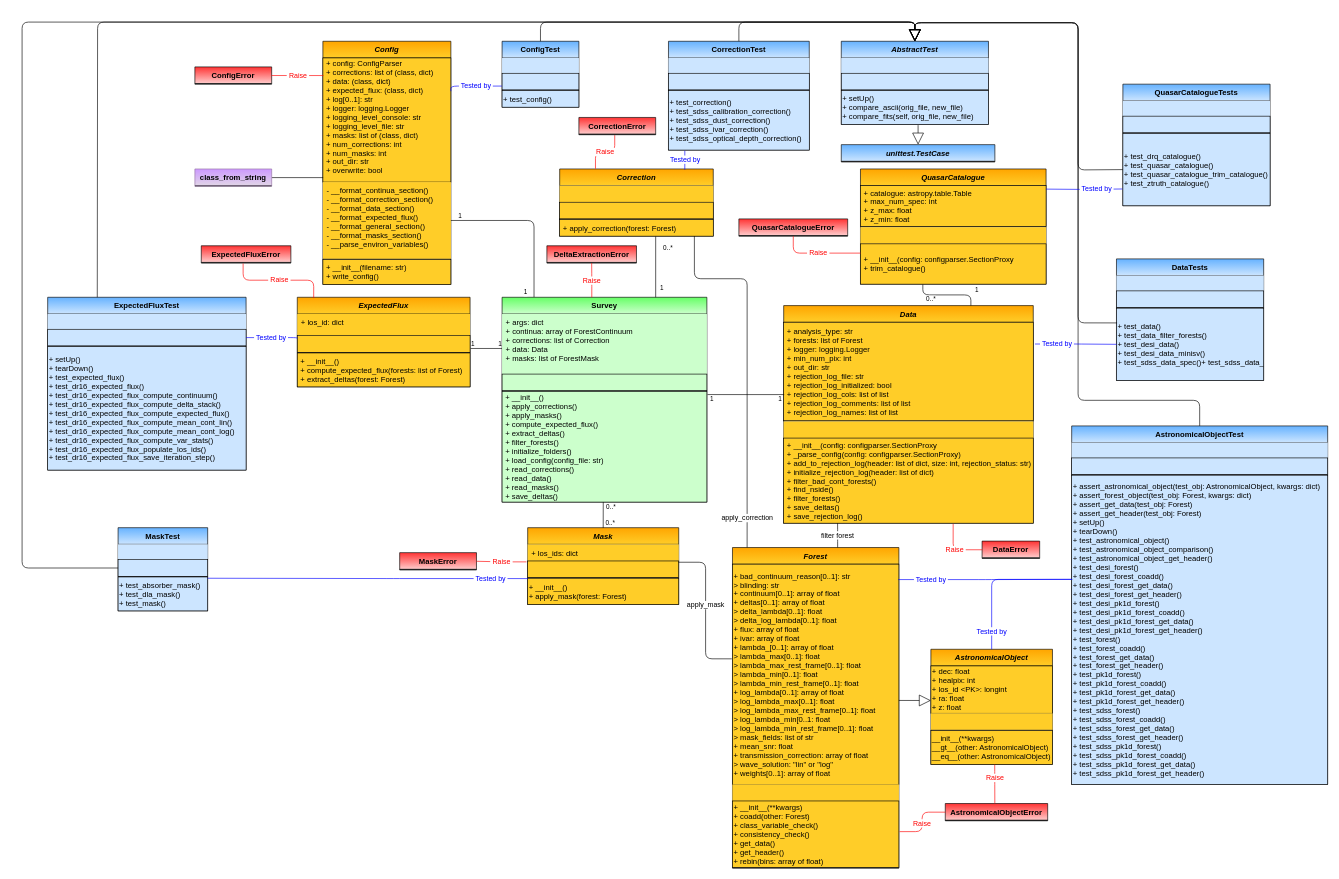
The draw.io diagram page "Main" (1 of 7) of docs/delta_extraction/data_model/data_model.drawio in igmhub/picca, before the edit. Source tidied: cells renumbered, new cells numbered last; positions are measured from the earlier drawing's top-left corner, leaving out a move shared by most shapes. Both pictures are drawn from the tidied source at 64%, with x=0, y=0 at pixel (22, 22).
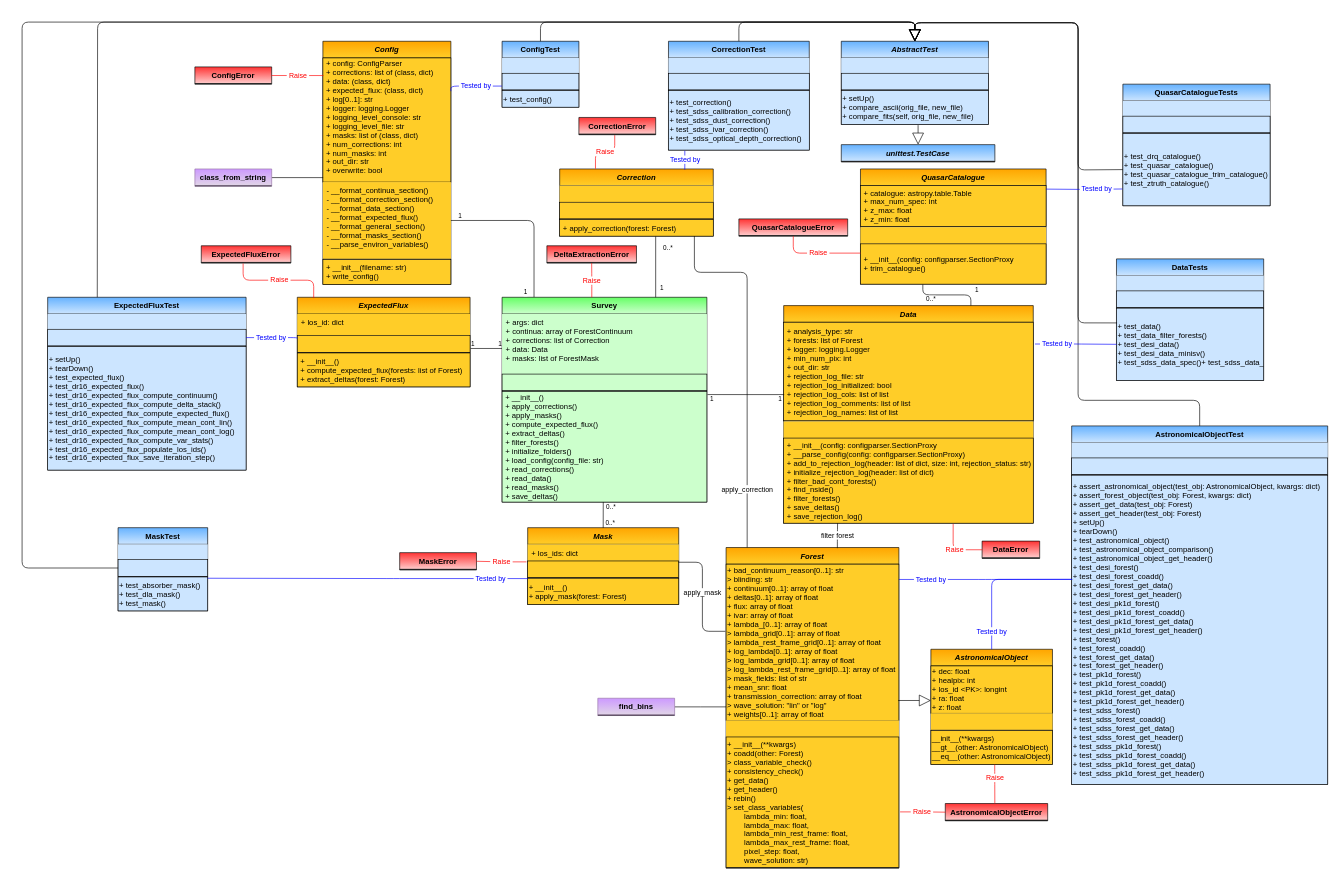
The same page after the edit.

Commit message (it also covers changes not shown here):
updated data model diagrams

Unchanged cells that the change refers to:
```xml
<mxCell id="17" value=" + apply_correction(forest: Forest)" style="text;strokeColor=#000000;fillColor=#ffcd28;align=left;verticalAlign=middle;overflow=hidden;points=[[0,0.5],[1,0.5]];portConstraint=eastwest;rounded=0;shadow=0;glass=0;comic=0;fontStyle=0;gradientColor=none;swimlaneFillColor=#ffffff;gradientDirection=north;startSize=26;" parent="13" vertex="1">
  <mxGeometry y="79" width="240" height="26" as="geometry" />
</mxCell>
<mxCell id="95" value="Data" style="swimlane;fontStyle=3;horizontal=1;startSize=26;fillColor=#ffcd28;swimlaneFillColor=#ffffff;rounded=0;shadow=0;glass=0;comic=0;strokeColor=#000000;gradientColor=#ffa500;swimlaneLine=1;gradientDirection=north;" parent="1" vertex="1">
  <mxGeometry x="1190" y="443" width="390" height="340" as="geometry" />
</mxCell>
<mxCell id="107" value="+ dec: float&#10;+ healpix: int&#10;+ los_id &lt;PK&gt;: longint &#10;+ ra: float&#10;+ z: float&#10;&#10;" style="text;strokeColor=#000000;fillColor=#ffcd28;align=left;verticalAlign=middle;overflow=hidden;points=[[0,0.5],[1,0.5]];portConstraint=eastwest;rounded=0;shadow=0;glass=0;comic=0;fontStyle=0;gradientColor=none;swimlaneFillColor=#ffffff;gradientDirection=north;startSize=26;" parent="106" vertex="1">
  <mxGeometry y="26" width="190" height="74" as="geometry" />
</mxCell>
<mxCell id="115" value="+ assert_astronomical_object(test_obj: AstronomicalObject, kwargs: dict)&#10;+ assert_forest_object(test_obj: Forest, kwargs: dict)&#10;+ assert_get_data(test_obj: Forest)&#10;+ assert_get_header(test_obj: Forest)&#10;+ setUp()&#10;+ tearDown()&#10;+ test_astronomical_object()&#10;+ test_astronomical_object_comparison()&#10;+ test_astronomical_object_get_header()&#10;+ test_desi_forest()&#10;+ test_desi_forest_coadd()&#10;+ test_desi_forest_get_data()&#10;+ test_desi_forest_get_header()&#10;+ test_desi_pk1d_forest()&#10;+ test_desi_pk1d_forest_coadd()&#10;+ test_desi_pk1d_forest_get_data()&#10;+ test_desi_pk1d_forest_get_header()&#10;+ test_forest()&#10;+ test_forest_coadd()&#10;+ test_forest_get_data()&#10;+ test_forest_get_header()&#10;+ test_pk1d_forest()&#10;+ test_pk1d_forest_coadd()&#10;+ test_pk1d_forest_get_data()&#10;+ test_pk1d_forest_get_header()&#10;+ test_sdss_forest()&#10;+ test_sdss_forest_coadd()&#10;+ test_sdss_forest_get_data()&#10;+ test_sdss_forest_get_header()&#10;+ test_sdss_pk1d_forest()&#10;+ test_sdss_pk1d_forest_coadd()&#10;+ test_sdss_pk1d_forest_get_data()&#10;+ test_sdss_pk1d_forest_get_header()" style="text;strokeColor=#000000;align=left;verticalAlign=middle;overflow=hidden;points=[[0,0.5],[1,0.5]];portConstraint=eastwest;rounded=0;shadow=0;glass=0;comic=0;fontStyle=0;gradientColor=none;swimlaneFillColor=#ffffff;gradientDirection=north;startSize=26;fillColor=#CCE5FF;" parent="111" vertex="1">
  <mxGeometry y="77" width="400" height="483" as="geometry" />
</mxCell>
<mxCell id="138" value="AstronomicalObjectError" style="swimlane;fontStyle=1;horizontal=1;startSize=26;swimlaneFillColor=#ffffff;rounded=0;shadow=0;glass=0;comic=0;strokeColor=#000000;swimlaneLine=1;gradientDirection=north;fillColor=#FFCCCC;gradientColor=#FF3333;" parent="1" vertex="1">
  <mxGeometry x="1442.5" y="1221" width="160" height="27" as="geometry" />
</mxCell>
```

The edit, as a diff of the source:
```diff
@@
     <mxCell id="23" value="Forest" style="swimlane;fontStyle=3;horizontal=1;startSize=26;fillColor=#ffcd28;swimlaneFillColor=#ffffff;rounded=0;shadow=0;glass=0;comic=0;strokeColor=#000000;gradientColor=#ffa500;swimlaneLine=1;gradientDirection=north;" parent="1" vertex="1">
-      <mxGeometry x="1110" y="821" width="260" height="501" as="geometry" />
+      <mxGeometry x="1100" y="821" width="270" height="501" as="geometry" />
     </mxCell>
-    <mxCell id="24" value="+ bad_continuum_reason[0..1]: str&#10;&gt; blinding: str&#10;+ continuum[0..1]: array of float&#10;+ deltas[0..1]: array of float&#10;&gt; delta_lambda[0..1]: float&#10;&gt; delta_log_lambda[0..1]: float&#10;+ flux: array of float&#10;+ ivar: array of float&#10;+ lambda_[0..1]: array of float&#10;&gt; lambda_max[0..1]: float&#10;&gt; lambda_max_rest_frame[0..1]: float&#10;&gt; lambda_min[0..1]: float&#10;&gt; lambda_min_rest_frame[0..1]: float&#10;+ log_lambda[0..1]: array of float&#10;&gt; log_lambda_max[0..1]: float&#10;&gt; log_lambda_max_rest_frame[0..1]: float&#10;&gt; log_lambda_min[0..1: float&#10;&gt; log_lambda_min_rest_frame[0..1]: float&#10;&gt; mask_fields: list of str&#10;+ mean_snr: float&#10;+ transmission_correction: array of float&#10;&gt; wave_solution: &quot;lin&quot; or &quot;log&quot;&#10;+ weights[0..1]: array of float" style="text;strokeColor=#000000;fillColor=#ffcd28;align=left;verticalAlign=middle;overflow=hidden;points=[[0,0.5],[1,0.5]];portConstraint=eastwest;rounded=0;shadow=0;glass=0;comic=0;fontStyle=0;gradientColor=none;swimlaneFillColor=#ffffff;gradientDirection=north;startSize=26;" parent="23" vertex="1">
-      <mxGeometry y="26" width="260" height="344" as="geometry" />
+    <mxCell id="24" value="+ bad_continuum_reason[0..1]: str&#10;&gt; blinding: str&#10;+ continuum[0..1]: array of float&#10;+ deltas[0..1]: array of float&#10;+ flux: array of float&#10;+ ivar: array of float&#10;+ lambda_[0..1]: array of float&#10;&gt; lambda_grid[0..1]: array of float&#10;&gt; lambda_rest_frame_grid[0..1]: array of float&#10;+ log_lambda[0..1]: array of float&#10;&gt; log_lambda_grid[0..1]: array of float&#10;&gt; log_lambda_rest_frame_grid[0..1]: array of float&#10;&gt; mask_fields: list of str&#10;+ mean_snr: float&#10;+ transmission_correction: array of float&#10;&gt; wave_solution: &quot;lin&quot; or &quot;log&quot;&#10;+ weights[0..1]: array of float" style="text;strokeColor=#000000;fillColor=#ffcd28;align=left;verticalAlign=middle;overflow=hidden;points=[[0,0.5],[1,0.5]];portConstraint=eastwest;rounded=0;shadow=0;glass=0;comic=0;fontStyle=0;gradientColor=none;swimlaneFillColor=#ffffff;gradientDirection=north;startSize=26;" parent="23" vertex="1">
+      <mxGeometry y="26" width="270" height="244" as="geometry" />
     </mxCell>
     <mxCell id="25" style="text;strokeColor=none;fillColor=#ffcd28;align=left;verticalAlign=top;spacingLeft=4;spacingRight=4;overflow=hidden;gradientColor=none;" parent="23" vertex="1">
-      <mxGeometry y="370" width="260" height="26" as="geometry" />
+      <mxGeometry y="270" width="270" height="26" as="geometry" />
     </mxCell>
-    <mxCell id="26" value="+ __init__(**kwargs)&#10;+ coadd(other: Forest)&#10;+ class_variable_check()&#10;+ consistency_check()&#10;+ get_data()&#10;+ get_header()&#10;+ rebin(bins: array of float)" style="text;strokeColor=#000000;fillColor=#ffcd28;align=left;verticalAlign=middle;overflow=hidden;points=[[0,0.5],[1,0.5]];portConstraint=eastwest;rounded=0;shadow=0;glass=0;comic=0;fontStyle=0;gradientColor=none;swimlaneFillColor=#ffffff;gradientDirection=north;startSize=26;" parent="23" vertex="1">
-      <mxGeometry y="396" width="260" height="104" as="geometry" />
+    <mxCell id="26" value="+ __init__(**kwargs)&#10;+ coadd(other: Forest)&#10;&gt; class_variable_check()&#10;+ consistency_check()&#10;+ get_data()&#10;+ get_header()&#10;+ rebin()&#10;&gt; set_class_variables(&#10;        lambda_min: float, &#10;        lambda_max: float,&#10;        lambda_min_rest_frame: float,&#10;        lambda_max_rest_frame: float,&#10;        pixel_step: float, &#10;        wave_solution: str)" style="text;strokeColor=#000000;fillColor=#ffcd28;align=left;verticalAlign=middle;overflow=hidden;points=[[0,0.5],[1,0.5]];portConstraint=eastwest;rounded=0;shadow=0;glass=0;comic=0;fontStyle=0;gradientColor=none;swimlaneFillColor=#ffffff;gradientDirection=north;startSize=26;" parent="23" vertex="1">
+      <mxGeometry y="296" width="270" height="204" as="geometry" />
     </mxCell>
     <mxCell id="27" style="line;strokeWidth=1;fillColor=none;align=left;verticalAlign=middle;spacingTop=-1;spacingLeft=3;spacingRight=3;labelPosition=right;rounded=0;shadow=0;glass=0;comic=0;" parent="23" vertex="1">
-      <mxGeometry y="500" width="260" height="1" as="geometry" />
+      <mxGeometry y="500" width="270" height="1" as="geometry" />
     </mxCell>
@@
-    <mxCell id="53" value="&amp;nbsp;apply_correction&amp;nbsp;" style="endArrow=none;html=1;edgeStyle=orthogonalEdgeStyle;exitX=0.088;exitY=0;exitDx=0;exitDy=0;exitPerimeter=0;entryX=0.877;entryY=0.996;entryDx=0;entryDy=0;entryPerimeter=0;" parent="1" edge="1" source="23" target="17">
-      <mxGeometry x="-0.84" relative="1" as="geometry">
+    <mxCell id="53" value="&amp;nbsp;apply_correction&amp;nbsp;" style="endArrow=none;html=1;edgeStyle=orthogonalEdgeStyle;entryX=0.877;entryY=0.996;entryDx=0;entryDy=0;entryPerimeter=0;exitX=0.122;exitY=0;exitDx=0;exitDy=0;exitPerimeter=0;" parent="1" edge="1" source="23" target="17">
+      <mxGeometry x="-0.68" relative="1" as="geometry">
         <Array as="points">
-          <mxPoint x="1133" y="401" />
-          <mxPoint x="1051" y="401" />
+          <mxPoint x="1133" y="391" />
+          <mxPoint x="1051" y="391" />
         </Array>
       </mxGeometry>
     </mxCell>
@@
-    <mxCell id="99" value=" + __init__(config: configparser.SectionProxy&#10; + _parse_config(config: configparser.SectionProxy)&#10; + add_to_rejection_log(header: list of dict, size: int, rejection_status: str)&#10; + initialize_rejection_log(header: list of dict)&#10; + filter_bad_cont_forests()&#10; + find_nside()&#10; + filter_forests()&#10; + save_deltas()&#10; + save_rejection_log()" style="text;strokeColor=#000000;fillColor=#ffcd28;align=left;verticalAlign=middle;overflow=hidden;points=[[0,0.5],[1,0.5]];portConstraint=eastwest;rounded=0;shadow=0;glass=0;comic=0;fontStyle=0;gradientColor=none;swimlaneFillColor=#ffffff;gradientDirection=north;startSize=26;" parent="95" vertex="1">
+    <mxCell id="99" value=" + __init__(config: configparser.SectionProxy&#10; + __parse_config(config: configparser.SectionProxy)&#10; + add_to_rejection_log(header: list of dict, size: int, rejection_status: str)&#10; + initialize_rejection_log(header: list of dict)&#10; + filter_bad_cont_forests()&#10; + find_nside()&#10; + filter_forests()&#10; + save_deltas()&#10; + save_rejection_log()" style="text;strokeColor=#000000;fillColor=#ffcd28;align=left;verticalAlign=middle;overflow=hidden;points=[[0,0.5],[1,0.5]];portConstraint=eastwest;rounded=0;shadow=0;glass=0;comic=0;fontStyle=0;gradientColor=none;swimlaneFillColor=#ffffff;gradientDirection=north;startSize=26;" parent="95" vertex="1">
       <mxGeometry y="207" width="390" height="133" as="geometry" />
     </mxCell>
@@
-    <mxCell id="119" style="endArrow=block;endSize=16;endFill=0;html=1;entryX=0;entryY=0.73;entryDx=0;entryDy=0;entryPerimeter=0;exitX=1;exitY=0.619;exitDx=0;exitDy=0;exitPerimeter=0;" parent="1" edge="1" source="24" target="107">
+    <mxCell id="119" style="endArrow=block;endSize=16;endFill=0;html=1;entryX=0;entryY=0.73;entryDx=0;entryDy=0;entryPerimeter=0;exitX=0.996;exitY=0.873;exitDx=0;exitDy=0;exitPerimeter=0;" parent="1" edge="1" source="24" target="107">
       <mxGeometry relative="1" as="geometry" />
     </mxCell>
-    <mxCell id="120" value="&amp;nbsp;filter forest&amp;nbsp;" style="endArrow=none;html=1;edgeStyle=orthogonalEdgeStyle;exitX=0.632;exitY=0;exitDx=0;exitDy=0;entryX=0.216;entryY=1;entryDx=0;entryDy=0;entryPerimeter=0;exitPerimeter=0;" parent="1" edge="1" source="23" target="99">
+    <mxCell id="120" value="&amp;nbsp;filter forest&amp;nbsp;" style="endArrow=none;html=1;edgeStyle=orthogonalEdgeStyle;exitX=0.644;exitY=0.002;exitDx=0;exitDy=0;entryX=0.216;entryY=1;entryDx=0;entryDy=0;entryPerimeter=0;exitPerimeter=0;" parent="1" edge="1" source="23" target="99">
       <mxGeometry relative="1" as="geometry" />
     </mxCell>
@@
-    <mxCell id="136" value="&lt;font color=&quot;#0000ff&quot;&gt;&amp;nbsp;Tested by&amp;nbsp;&lt;/font&gt;" style="endArrow=none;html=1;edgeStyle=orthogonalEdgeStyle;strokeColor=#0000FF;exitX=0.996;exitY=0.07;exitDx=0;exitDy=0;exitPerimeter=0;entryX=-0.002;entryY=0.337;entryDx=0;entryDy=0;entryPerimeter=0;" parent="1" edge="1" source="24" target="115">
-      <mxGeometry x="-0.62" relative="1" as="geometry" />
+    <mxCell id="136" value="&lt;font color=&quot;#0000ff&quot;&gt;&amp;nbsp;Tested by&amp;nbsp;&lt;/font&gt;" style="endArrow=none;html=1;edgeStyle=orthogonalEdgeStyle;strokeColor=#0000FF;entryX=-0.002;entryY=0.337;entryDx=0;entryDy=0;entryPerimeter=0;exitX=1;exitY=0.098;exitDx=0;exitDy=0;exitPerimeter=0;" parent="1" edge="1" source="24" target="115">
+      <mxGeometry x="-0.63" relative="1" as="geometry" />
     </mxCell>
@@
-    <mxCell id="140" value="&amp;nbsp;Raise&amp;nbsp;" style="endArrow=none;html=1;edgeStyle=orthogonalEdgeStyle;entryX=0;entryY=0.5;entryDx=0;entryDy=0;fontColor=#FF0000;strokeColor=#FF0000;exitX=1.004;exitY=0.461;exitDx=0;exitDy=0;exitPerimeter=0;" parent="1" edge="1" source="26" target="138">
+    <mxCell id="140" value="&amp;nbsp;Raise&amp;nbsp;" style="endArrow=none;html=1;edgeStyle=orthogonalEdgeStyle;entryX=0;entryY=0.5;entryDx=0;entryDy=0;fontColor=#FF0000;strokeColor=#FF0000;exitX=1.007;exitY=0.574;exitDx=0;exitDy=0;exitPerimeter=0;" parent="1" edge="1" source="26" target="138">
       <mxGeometry x="-0.05" relative="1" as="geometry" />
     </mxCell>
@@
+    <mxCell id="175" style="edgeStyle=orthogonalEdgeStyle;rounded=0;jettySize=auto;html=1;exitX=1;exitY=0.5;exitDx=0;exitDy=0;endArrow=none;endFill=0;entryX=0.002;entryY=0.964;entryDx=0;entryDy=0;entryPerimeter=0;" parent="1" edge="1" source="176">
+      <mxGeometry relative="1" as="geometry">
+        <mxPoint x="1100" y="1070" as="targetPoint" />
+      </mxGeometry>
+    </mxCell>
+    <mxCell id="176" value="find_bins" style="swimlane;fontStyle=1;horizontal=1;startSize=26;swimlaneFillColor=#ffffff;rounded=0;shadow=0;glass=0;comic=0;strokeColor=#9673a6;swimlaneLine=1;gradientDirection=north;fillColor=#e1d5e7;gradientColor=#CC99FF;" parent="1" vertex="1">
+      <mxGeometry x="899.6" y="1056.5" width="120" height="27" as="geometry" />
+    </mxCell>
+    <mxCell id="177" style="line;strokeWidth=1;fillColor=none;align=left;verticalAlign=middle;spacingTop=-1;spacingLeft=3;spacingRight=3;labelPosition=right;rounded=0;shadow=0;glass=0;comic=0;" parent="176" vertex="1">
+      <mxGeometry y="26" width="120" height="1" as="geometry" />
+    </mxCell>
```
